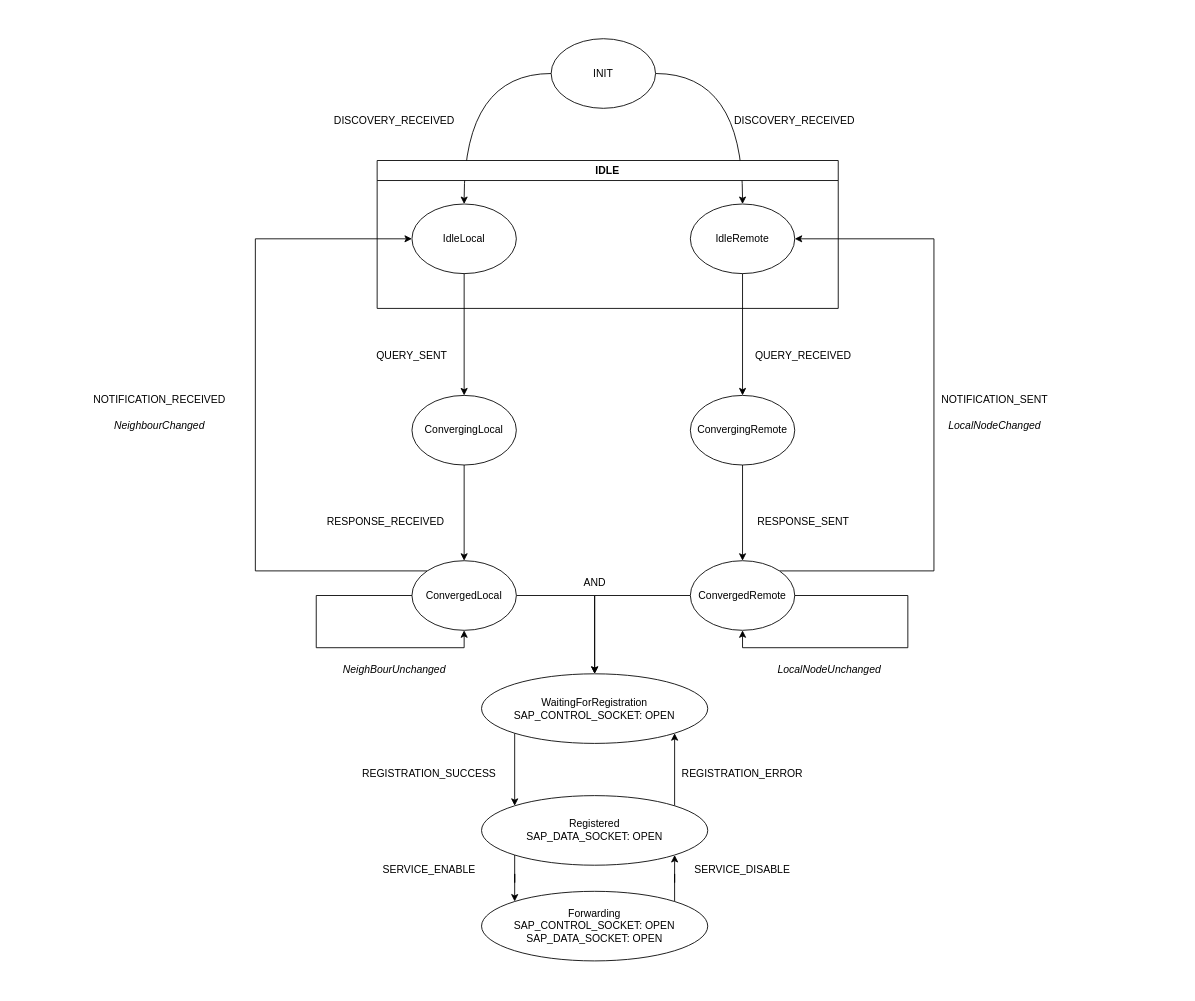
This is docs/architecture/fsm_diagram/ieee1905_fsm.drawio from rdkcentral/ieee1905-rs, a draw.io file, before an edit. Source tidied: cells renumbered, new cells numbered last; positions are measured from the earlier drawing's top-left corner, leaving out a move shared by most shapes. Both pictures are drawn from the tidied source at 87%, with x=0, y=0 at pixel (133, 38).
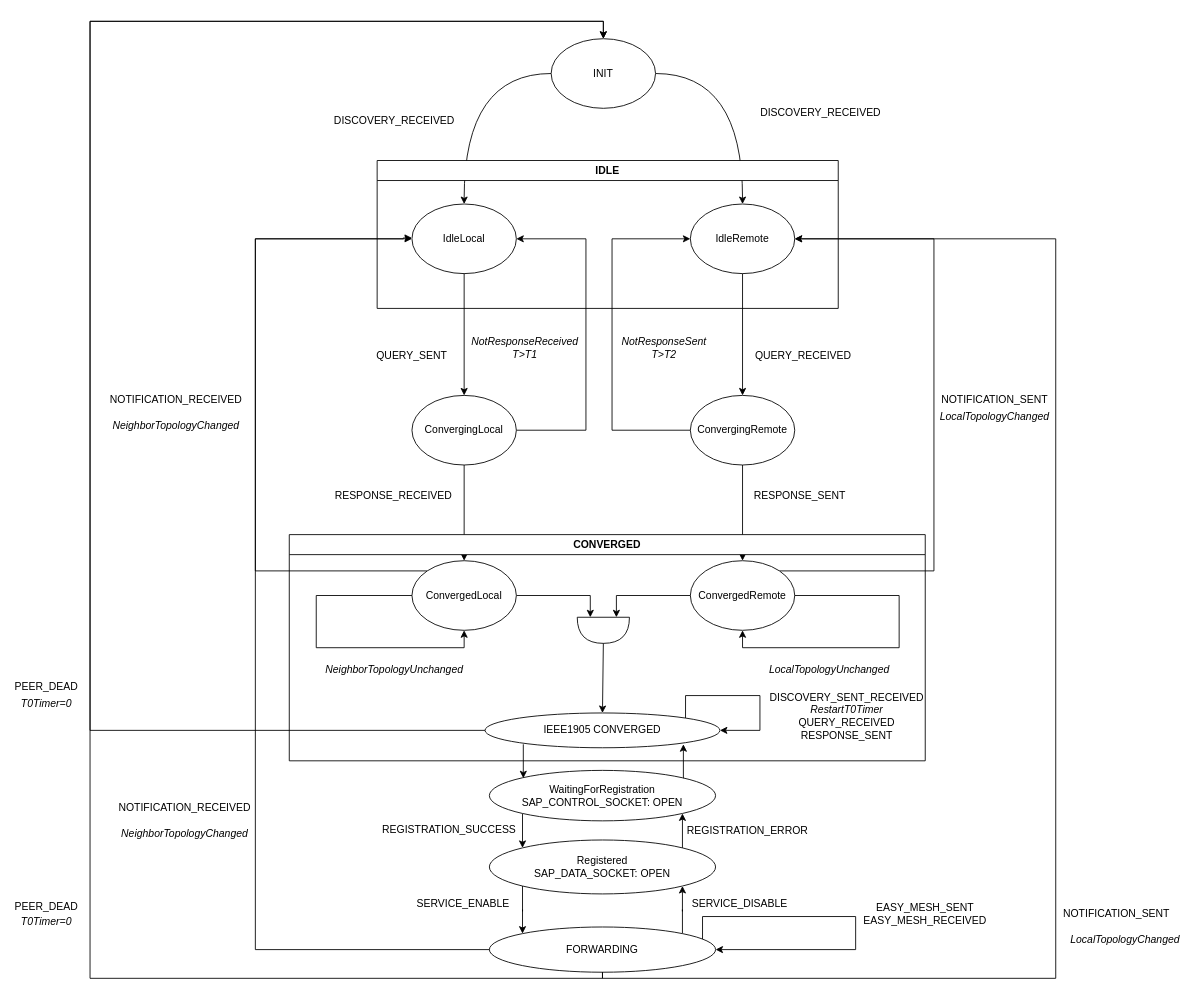
The same diagram, later.

The change refers to these unchanged cells:
```xml
<mxCell id="4" value="INIT" style="ellipse;whiteSpace=wrap;html=1;" parent="1" vertex="1">
  <mxGeometry x="480" width="120" height="80" as="geometry" />
</mxCell>
<mxCell id="6" value="IdleLocal" style="ellipse;whiteSpace=wrap;html=1;" parent="5" vertex="1">
  <mxGeometry x="40" y="50" width="120" height="80" as="geometry" />
</mxCell>
<mxCell id="7" value="IdleRemote" style="ellipse;whiteSpace=wrap;html=1;" parent="5" vertex="1">
  <mxGeometry x="360" y="50" width="120" height="80" as="geometry" />
</mxCell>
<mxCell id="11" value="ConvergingLocal" style="ellipse;whiteSpace=wrap;html=1;" parent="1" vertex="1">
  <mxGeometry x="320" y="410" width="120" height="80" as="geometry" />
</mxCell>
<mxCell id="13" value="ConvergingRemote" style="ellipse;whiteSpace=wrap;html=1;" parent="1" vertex="1">
  <mxGeometry x="640" y="410" width="120" height="80" as="geometry" />
</mxCell>
<mxCell id="20" value="ConvergedLocal" style="ellipse;whiteSpace=wrap;html=1;" parent="1" vertex="1">
  <mxGeometry x="320" y="600" width="120" height="80" as="geometry" />
</mxCell>
<mxCell id="23" value="ConvergedRemote" style="ellipse;whiteSpace=wrap;html=1;" parent="1" vertex="1">
  <mxGeometry x="640" y="600" width="120" height="80" as="geometry" />
</mxCell>
```

Diff of the diagram source:
```diff
@@
+    <mxCell id="46" style="shape=or;whiteSpace=wrap;html=1;rotation=90;" parent="1" vertex="1">
+      <mxGeometry x="525" y="650" width="30" height="60" as="geometry" />
+    </mxCell>
@@
-    <mxCell id="8" value="DISCOVERY_RECEIVED" style="text;html=1;align=center;verticalAlign=middle;whiteSpace=wrap;rounded=0;" parent="1" vertex="1">
-      <mxGeometry x="730" y="80" width="60" height="30" as="geometry" />
-    </mxCell>
@@
+    <mxCell id="47" style="edgeStyle=orthogonalEdgeStyle;rounded=0;jettySize=auto;html=1;exitX=1;exitY=0.5;exitDx=0;exitDy=0;entryX=1;entryY=0.5;entryDx=0;entryDy=0;" parent="1" edge="1" source="11" target="6">
+      <mxGeometry relative="1" as="geometry">
+        <Array as="points">
+          <mxPoint x="520" y="450" />
+          <mxPoint x="520" y="230" />
+        </Array>
+      </mxGeometry>
+    </mxCell>
@@
+    <mxCell id="48" style="edgeStyle=orthogonalEdgeStyle;rounded=0;jettySize=auto;html=1;exitX=0;exitY=0.5;exitDx=0;exitDy=0;entryX=0;entryY=0.5;entryDx=0;entryDy=0;" parent="1" edge="1" source="13" target="7">
+      <mxGeometry relative="1" as="geometry">
+        <Array as="points">
+          <mxPoint x="550" y="450" />
+          <mxPoint x="550" y="230" />
+        </Array>
+      </mxGeometry>
+    </mxCell>
@@
-    <mxCell id="19" style="edgeStyle=orthogonalEdgeStyle;rounded=0;jettySize=auto;html=1;exitX=1;exitY=0.5;exitDx=0;exitDy=0;" parent="1" edge="1" source="20" target="35">
+    <mxCell id="19" style="edgeStyle=orthogonalEdgeStyle;rounded=0;jettySize=auto;html=1;exitX=1;exitY=0.5;exitDx=0;exitDy=0;entryX=0;entryY=0.75;entryDx=0;entryDy=0;entryPerimeter=0;" parent="1" edge="1" source="20" target="46">
       <mxGeometry relative="1" as="geometry" />
     </mxCell>
@@
-    <mxCell id="22" style="edgeStyle=orthogonalEdgeStyle;rounded=0;jettySize=auto;html=1;exitX=0;exitY=0.5;exitDx=0;exitDy=0;entryX=0.5;entryY=0;entryDx=0;entryDy=0;" parent="1" edge="1" source="23" target="35">
-      <mxGeometry relative="1" as="geometry">
-        <Array as="points">
-          <mxPoint x="530" y="640" />
-        </Array>
-      </mxGeometry>
-    </mxCell>
@@
     <mxCell id="24" value="RESPONSE_SENT" style="text;html=1;align=center;verticalAlign=middle;whiteSpace=wrap;rounded=0;" parent="1" vertex="1">
-      <mxGeometry x="740" y="540" width="60" height="30" as="geometry" />
+      <mxGeometry x="736" y="510" width="60" height="30" as="geometry" />
     </mxCell>
     <mxCell id="25" value="RESPONSE_RECEIVED" style="text;html=1;align=center;verticalAlign=middle;whiteSpace=wrap;rounded=0;" parent="1" vertex="1">
-      <mxGeometry x="260" y="540" width="60" height="30" as="geometry" />
+      <mxGeometry x="269" y="510" width="60" height="30" as="geometry" />
     </mxCell>
@@
-    <mxCell id="27" value="&lt;i&gt;NeighBourUnchanged&lt;/i&gt;" style="text;html=1;align=center;verticalAlign=middle;whiteSpace=wrap;rounded=0;" parent="1" vertex="1">
+    <mxCell id="27" value="&lt;i&gt;NeighborTopologyUnchanged&lt;/i&gt;" style="text;html=1;align=center;verticalAlign=middle;whiteSpace=wrap;rounded=0;" parent="1" vertex="1">
       <mxGeometry x="270" y="710" width="60" height="30" as="geometry" />
     </mxCell>
-    <mxCell id="28" value="&lt;i&gt;LocalNodeUnchanged&lt;/i&gt;" style="text;html=1;align=center;verticalAlign=middle;whiteSpace=wrap;rounded=0;" parent="1" vertex="1">
+    <mxCell id="28" value="&lt;i&gt;LocalTopologyUnchanged&lt;/i&gt;" style="text;html=1;align=center;verticalAlign=middle;whiteSpace=wrap;rounded=0;" parent="1" vertex="1">
       <mxGeometry x="770" y="710" width="60" height="30" as="geometry" />
     </mxCell>
     <mxCell id="29" style="edgeStyle=orthogonalEdgeStyle;rounded=0;orthogonalLoop=1;jettySize=auto;html=1;exitX=1;exitY=0.5;exitDx=0;exitDy=0;entryX=0.5;entryY=1;entryDx=0;entryDy=0;" parent="1" edge="1" source="23" target="23">
       <mxGeometry relative="1" as="geometry">
         <Array as="points">
-          <mxPoint x="890" y="640" />
-          <mxPoint x="890" y="700" />
+          <mxPoint x="880" y="640" />
+          <mxPoint x="880" y="700" />
           <mxPoint x="700" y="700" />
         </Array>
       </mxGeometry>
     </mxCell>
@@
-    <mxCell id="31" value="&lt;i&gt;LocalNodeChanged&lt;/i&gt;" style="text;html=1;align=center;verticalAlign=middle;whiteSpace=wrap;rounded=0;" parent="1" vertex="1">
-      <mxGeometry x="960" y="430" width="60" height="30" as="geometry" />
+    <mxCell id="31" value="&lt;i&gt;LocalTopologyChanged&lt;/i&gt;" style="text;html=1;align=center;verticalAlign=middle;whiteSpace=wrap;rounded=0;" parent="1" vertex="1">
+      <mxGeometry x="1110" y="1021" width="60" height="30" as="geometry" />
     </mxCell>
     <mxCell id="32" value="NOTIFICATION_RECEIVED" style="text;html=1;align=center;verticalAlign=middle;whiteSpace=wrap;rounded=0;" parent="1" vertex="1">
-      <mxGeometry y="400" width="60" height="30" as="geometry" />
+      <mxGeometry x="19" y="400" width="60" height="30" as="geometry" />
     </mxCell>
-    <mxCell id="33" value="&lt;i&gt;NeighbourChanged&lt;/i&gt;" style="text;html=1;align=center;verticalAlign=middle;whiteSpace=wrap;rounded=0;" parent="1" vertex="1">
-      <mxGeometry y="430" width="60" height="30" as="geometry" />
+    <mxCell id="33" value="&lt;i&gt;NeighborTopologyChanged&lt;/i&gt;" style="text;html=1;align=center;verticalAlign=middle;whiteSpace=wrap;rounded=0;" parent="1" vertex="1">
+      <mxGeometry x="19" y="430" width="60" height="30" as="geometry" />
     </mxCell>
@@
     <mxCell id="35" value="WaitingForRegistration&lt;div&gt;SAP_CONTROL_SOCKET: OPEN&lt;/div&gt;" style="ellipse;whiteSpace=wrap;html=1;" parent="1" vertex="1">
-      <mxGeometry x="400" y="730" width="260" height="80" as="geometry" />
+      <mxGeometry x="409" y="841" width="260" height="58" as="geometry" />
     </mxCell>
-    <mxCell id="36" value="AND" style="text;html=1;align=center;verticalAlign=middle;whiteSpace=wrap;rounded=0;" parent="1" vertex="1">
-      <mxGeometry x="487.5" y="610" width="85" height="30" as="geometry" />
-    </mxCell>
@@
     <mxCell id="39" value="Registered&lt;div&gt;SAP_DATA_SOCKET: OPEN&lt;/div&gt;" style="ellipse;whiteSpace=wrap;html=1;" parent="1" vertex="1">
-      <mxGeometry x="400" y="870" width="260" height="80" as="geometry" />
+      <mxGeometry x="409" y="921" width="260" height="62" as="geometry" />
     </mxCell>
     <mxCell id="40" value="REGISTRATION_SUCCESS" style="text;html=1;align=center;verticalAlign=middle;whiteSpace=wrap;rounded=0;" parent="1" vertex="1">
-      <mxGeometry x="310" y="830" width="60" height="30" as="geometry" />
+      <mxGeometry x="333" y="895" width="60" height="30" as="geometry" />
     </mxCell>
     <mxCell id="41" value="REGISTRATION_ERROR" style="text;html=1;align=center;verticalAlign=middle;whiteSpace=wrap;rounded=0;" parent="1" vertex="1">
-      <mxGeometry x="670" y="830" width="60" height="30" as="geometry" />
+      <mxGeometry x="676" y="896" width="60" height="30" as="geometry" />
     </mxCell>
@@
-    <mxCell id="43" value="&lt;div&gt;Forwarding&lt;/div&gt;&lt;div&gt;SAP_CONTROL_SOCKET: OPEN&lt;/div&gt;&lt;div&gt;SAP_DATA_SOCKET: OPEN&lt;/div&gt;" style="ellipse;whiteSpace=wrap;html=1;" parent="1" vertex="1">
-      <mxGeometry x="400" y="980" width="260" height="80" as="geometry" />
+    <mxCell id="43" value="FORWARDING" style="ellipse;whiteSpace=wrap;html=1;" parent="1" vertex="1">
+      <mxGeometry x="409" y="1021" width="260" height="52" as="geometry" />
     </mxCell>
     <mxCell id="44" value="SERVICE_ENABLE" style="text;html=1;align=center;verticalAlign=middle;whiteSpace=wrap;rounded=0;" parent="1" vertex="1">
-      <mxGeometry x="310" y="940" width="60" height="30" as="geometry" />
+      <mxGeometry x="349" y="979" width="60" height="30" as="geometry" />
     </mxCell>
     <mxCell id="45" value="SERVICE_DISABLE" style="text;html=1;align=center;verticalAlign=middle;whiteSpace=wrap;rounded=0;" parent="1" vertex="1">
-      <mxGeometry x="670" y="940" width="60" height="30" as="geometry" />
+      <mxGeometry x="667" y="980" width="60" height="30" as="geometry" />
     </mxCell>
+    <mxCell id="49" style="edgeStyle=none;html=1;exitX=1;exitY=0.5;exitDx=0;exitDy=0;exitPerimeter=0;entryX=0.5;entryY=0;entryDx=0;entryDy=0;" parent="1" edge="1" source="46" target="51">
+      <mxGeometry relative="1" as="geometry" />
+    </mxCell>
+    <mxCell id="50" style="edgeStyle=orthogonalEdgeStyle;rounded=0;jettySize=auto;html=1;entryX=0.5;entryY=0;entryDx=0;entryDy=0;" parent="1" edge="1" source="51" target="4">
+      <mxGeometry relative="1" as="geometry">
+        <Array as="points">
+          <mxPoint x="-50" y="795" />
+          <mxPoint x="-50" y="-20" />
+          <mxPoint x="540" y="-20" />
+        </Array>
+      </mxGeometry>
+    </mxCell>
+    <mxCell id="51" value="&lt;div&gt;IEEE1905 CONVERGED&lt;/div&gt;" style="ellipse;whiteSpace=wrap;html=1;" parent="1" vertex="1">
+      <mxGeometry x="404" y="775" width="270" height="40" as="geometry" />
+    </mxCell>
+    <mxCell id="52" style="edgeStyle=orthogonalEdgeStyle;rounded=0;orthogonalLoop=1;jettySize=auto;html=1;exitX=0;exitY=1;exitDx=0;exitDy=0;entryX=0;entryY=0;entryDx=0;entryDy=0;" parent="1" edge="1">
+      <mxGeometry relative="1" as="geometry">
+        <mxPoint x="448" y="811" as="sourcePoint" />
+        <mxPoint x="448" y="850" as="targetPoint" />
+      </mxGeometry>
+    </mxCell>
+    <mxCell id="53" style="edgeStyle=orthogonalEdgeStyle;rounded=0;orthogonalLoop=1;jettySize=auto;html=1;exitX=1;exitY=0;exitDx=0;exitDy=0;entryX=1;entryY=1;entryDx=0;entryDy=0;" parent="1" edge="1">
+      <mxGeometry relative="1" as="geometry">
+        <mxPoint x="632" y="850" as="sourcePoint" />
+        <mxPoint x="632" y="811" as="targetPoint" />
+      </mxGeometry>
+    </mxCell>
+    <mxCell id="54" style="shape=table;startSize=0;childLayout=tableLayout;fontSize=11;fillColor=none;strokeColor=none;" parent="1" vertex="1">
+      <mxGeometry x="79" y="771" width="190" height="30" as="geometry" />
+    </mxCell>
+    <mxCell id="55" style="shape=tableRow;horizontal=0;startSize=0;swimlaneHead=0;swimlaneBody=0;strokeColor=inherit;top=0;left=0;bottom=0;right=0;fillColor=none;fontSize=16;" parent="54" vertex="1">
+      <mxGeometry width="190" height="15" as="geometry" />
+    </mxCell>
+    <mxCell id="56" style="shape=partialRectangle;html=1;whiteSpace=wrap;strokeColor=inherit;overflow=hidden;fillColor=none;top=0;left=0;bottom=0;right=0;fontSize=12;align=left;spacingLeft=5;" parent="55" vertex="1">
+      <mxGeometry width="190" height="15" as="geometry" />
+    </mxCell>
+    <mxCell id="57" style="shape=tableRow;horizontal=0;startSize=0;swimlaneHead=0;swimlaneBody=0;strokeColor=inherit;top=0;left=0;bottom=0;right=0;fillColor=none;fontSize=16;" parent="54" vertex="1">
+      <mxGeometry y="15" width="190" height="15" as="geometry" />
+    </mxCell>
+    <mxCell id="58" style="shape=partialRectangle;html=1;whiteSpace=wrap;strokeColor=inherit;overflow=hidden;fillColor=none;top=0;left=0;bottom=0;right=0;fontSize=12;align=left;spacingLeft=5;" parent="57" vertex="1">
+      <mxGeometry width="190" height="15" as="geometry" />
+    </mxCell>
+    <mxCell id="59" style="edgeStyle=orthogonalEdgeStyle;rounded=0;jettySize=auto;html=1;exitX=0;exitY=0.5;exitDx=0;exitDy=0;entryX=0;entryY=0.25;entryDx=0;entryDy=0;entryPerimeter=0;" parent="1" edge="1" source="23" target="46">
+      <mxGeometry relative="1" as="geometry" />
+    </mxCell>
+    <mxCell id="8" value="DISCOVERY_RECEIVED" style="text;html=1;align=center;verticalAlign=middle;whiteSpace=wrap;rounded=0;" parent="1" vertex="1">
+      <mxGeometry x="760" y="70" width="60" height="30" as="geometry" />
+    </mxCell>
+    <mxCell id="60" style="edgeStyle=orthogonalEdgeStyle;rounded=0;orthogonalLoop=1;jettySize=auto;html=1;exitX=1;exitY=0;exitDx=0;exitDy=0;entryX=1;entryY=0.5;entryDx=0;entryDy=0;" parent="1" edge="1" source="51" target="51">
+      <mxGeometry relative="1" as="geometry">
+        <Array as="points">
+          <mxPoint x="635" y="755" />
+          <mxPoint x="720" y="755" />
+          <mxPoint x="720" y="795" />
+        </Array>
+      </mxGeometry>
+    </mxCell>
+    <mxCell id="61" value="PEER_DEAD" style="text;html=1;align=center;verticalAlign=middle;whiteSpace=wrap;rounded=0;" parent="1" vertex="1">
+      <mxGeometry x="-130" y="730" width="60" height="30" as="geometry" />
+    </mxCell>
+    <mxCell id="62" value="&lt;i&gt;T0Timer=0&lt;/i&gt;" style="text;html=1;align=center;verticalAlign=middle;whiteSpace=wrap;rounded=0;" parent="1" vertex="1">
+      <mxGeometry x="-130" y="750" width="60" height="30" as="geometry" />
+    </mxCell>
+    <mxCell id="63" value="&lt;i&gt;NotResponseReceived&lt;/i&gt;&lt;div&gt;&lt;i&gt;T&amp;gt;T1&lt;/i&gt;&lt;/div&gt;" style="text;html=1;align=center;verticalAlign=middle;whiteSpace=wrap;rounded=0;" parent="1" vertex="1">
+      <mxGeometry x="420" y="340" width="60" height="30" as="geometry" />
+    </mxCell>
+    <mxCell id="64" value="&lt;i&gt;NotResponseSent&lt;/i&gt;&lt;div&gt;&lt;i&gt;T&amp;gt;T2&lt;/i&gt;&lt;/div&gt;" style="text;html=1;align=center;verticalAlign=middle;whiteSpace=wrap;rounded=0;" parent="1" vertex="1">
+      <mxGeometry x="580" y="340" width="60" height="30" as="geometry" />
+    </mxCell>
+    <mxCell id="65" value="CONVERGED" style="swimlane;whiteSpace=wrap;html=1;" parent="1" vertex="1">
+      <mxGeometry x="179" y="570" width="731" height="260" as="geometry" />
+    </mxCell>
+    <mxCell id="66" value="DISCOVERY_SENT_RECEIVED&lt;div&gt;&lt;i&gt;RestartT0Timer&lt;/i&gt;&lt;br&gt;&lt;div&gt;QUERY_RECEIVED&lt;/div&gt;&lt;div&gt;RESPONSE_SENT&lt;/div&gt;&lt;/div&gt;" style="text;html=1;align=center;verticalAlign=middle;whiteSpace=wrap;rounded=0;" parent="65" vertex="1">
+      <mxGeometry x="611" y="193.5" width="60" height="30" as="geometry" />
+    </mxCell>
+    <mxCell id="67" style="edgeStyle=orthogonalEdgeStyle;rounded=0;jettySize=auto;html=1;exitX=1;exitY=0;exitDx=0;exitDy=0;entryX=1;entryY=0.5;entryDx=0;entryDy=0;" parent="1" edge="1" target="43">
+      <mxGeometry relative="1" as="geometry">
+        <mxPoint x="654" y="1035" as="sourcePoint" />
+        <Array as="points">
+          <mxPoint x="654" y="1009" />
+          <mxPoint x="830" y="1009" />
+          <mxPoint x="830" y="1047" />
+        </Array>
+      </mxGeometry>
+    </mxCell>
+    <mxCell id="68" value="EASY_MESH_SENT&lt;div&gt;EASY_MESH_RECEIVED&lt;/div&gt;" style="text;html=1;align=center;verticalAlign=middle;whiteSpace=wrap;rounded=0;" parent="1" vertex="1">
+      <mxGeometry x="880" y="991" width="60" height="30" as="geometry" />
+    </mxCell>
+    <mxCell id="69" style="edgeStyle=orthogonalEdgeStyle;rounded=0;jettySize=auto;html=1;exitX=0.5;exitY=1;exitDx=0;exitDy=0;" parent="1" edge="1" source="43">
+      <mxGeometry relative="1" as="geometry">
+        <mxPoint x="540" as="targetPoint" />
+        <Array as="points">
+          <mxPoint x="539" y="1080" />
+          <mxPoint x="-50" y="1080" />
+          <mxPoint x="-50" y="-20" />
+          <mxPoint x="540" y="-20" />
+        </Array>
+      </mxGeometry>
+    </mxCell>
+    <mxCell id="70" value="PEER_DEAD" style="text;html=1;align=center;verticalAlign=middle;whiteSpace=wrap;rounded=0;" parent="1" vertex="1">
+      <mxGeometry x="-130" y="983" width="60" height="30" as="geometry" />
+    </mxCell>
+    <mxCell id="71" value="&lt;i&gt;T0Timer=0&lt;/i&gt;" style="text;html=1;align=center;verticalAlign=middle;whiteSpace=wrap;rounded=0;" parent="1" vertex="1">
+      <mxGeometry x="-130" y="1000" width="60" height="30" as="geometry" />
+    </mxCell>
+    <mxCell id="72" style="edgeStyle=orthogonalEdgeStyle;rounded=0;jettySize=auto;html=1;exitX=0;exitY=0.5;exitDx=0;exitDy=0;entryX=0;entryY=0.5;entryDx=0;entryDy=0;" parent="1" edge="1" source="43">
+      <mxGeometry relative="1" as="geometry">
+        <mxPoint x="320" y="229" as="targetPoint" />
+        <Array as="points">
+          <mxPoint x="140" y="1047" />
+          <mxPoint x="140" y="230" />
+          <mxPoint x="310" y="230" />
+          <mxPoint x="310" y="229" />
+        </Array>
+      </mxGeometry>
+    </mxCell>
+    <mxCell id="73" value="NOTIFICATION_RECEIVED" style="text;html=1;align=center;verticalAlign=middle;whiteSpace=wrap;rounded=0;" parent="1" vertex="1">
+      <mxGeometry x="29" y="869" width="60" height="30" as="geometry" />
+    </mxCell>
+    <mxCell id="74" value="&lt;i&gt;NeighborTopologyChanged&lt;/i&gt;" style="text;html=1;align=center;verticalAlign=middle;whiteSpace=wrap;rounded=0;" parent="1" vertex="1">
+      <mxGeometry x="29" y="899" width="60" height="30" as="geometry" />
+    </mxCell>
+    <mxCell id="75" style="edgeStyle=orthogonalEdgeStyle;rounded=0;jettySize=auto;html=1;exitX=0.5;exitY=1;exitDx=0;exitDy=0;entryX=1;entryY=0.5;entryDx=0;entryDy=0;" parent="1" edge="1" source="43" target="7">
+      <mxGeometry relative="1" as="geometry">
+        <Array as="points">
+          <mxPoint x="539" y="1080" />
+          <mxPoint x="1060" y="1080" />
+          <mxPoint x="1060" y="230" />
+        </Array>
+      </mxGeometry>
+    </mxCell>
+    <mxCell id="76" value="NOTIFICATION_SENT" style="text;html=1;align=center;verticalAlign=middle;whiteSpace=wrap;rounded=0;" parent="1" vertex="1">
+      <mxGeometry x="1100" y="991" width="60" height="30" as="geometry" />
+    </mxCell>
+    <mxCell id="77" value="&lt;i&gt;LocalTopologyChanged&lt;/i&gt;" style="text;html=1;align=center;verticalAlign=middle;whiteSpace=wrap;rounded=0;" parent="1" vertex="1">
+      <mxGeometry x="960" y="420" width="60" height="30" as="geometry" />
+    </mxCell>
```
